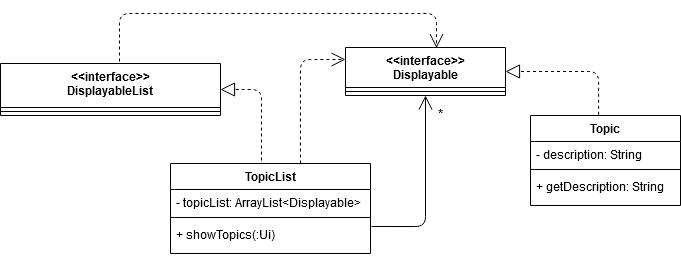
Earlier version of the draw.io export docs/images/TopicListClassDiagram.png (nus-cs2113-AY2021S1/tp). Source tidied: cells renumbered, new cells last; positions are measured from the earlier drawing's top-left corner, leaving out a move shared by most shapes.
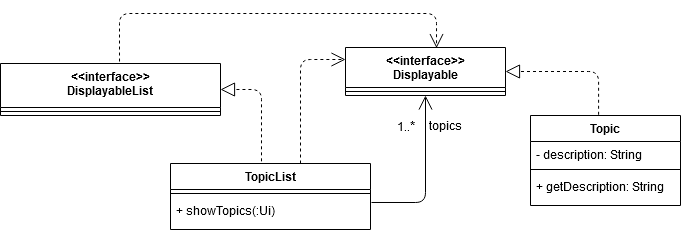
Above is the later version.

Commit message:
edited DG, made amendments to class diagrams

Change to the diagram source:
```diff
@@ -45,16 +45,13 @@
       </mxGeometry>
     </mxCell>
     <mxCell id="13" value="TopicList" style="swimlane;fontStyle=1;align=center;verticalAlign=top;horizontal=1;startSize=26;" parent="1" vertex="1">
-      <mxGeometry x="170" y="150" width="200" height="90" as="geometry" />
+      <mxGeometry x="170" y="150" width="200" height="66" as="geometry" />
     </mxCell>
-    <mxCell id="14" value="- topicList: ArrayList&lt;Displayable&gt;" style="text;strokeColor=none;fillColor=none;align=left;verticalAlign=top;spacingLeft=4;spacingRight=4;overflow=hidden;" parent="13" vertex="1">
-      <mxGeometry y="26" width="200" height="24" as="geometry" />
-    </mxCell>
     <mxCell id="15" style="line;strokeWidth=1;fillColor=none;align=left;verticalAlign=middle;spacingTop=-1;spacingLeft=3;spacingRight=3;labelPosition=right;" parent="13" vertex="1">
-      <mxGeometry y="50" width="200" height="8" as="geometry" />
+      <mxGeometry y="26" width="200" height="8" as="geometry" />
     </mxCell>
     <mxCell id="16" value="+ showTopics(:Ui)" style="text;strokeColor=none;fillColor=none;align=left;verticalAlign=top;spacingLeft=4;spacingRight=4;overflow=hidden;points=[[0,0.5],[1,0.5]];portConstraint=eastwest;" parent="13" vertex="1">
-      <mxGeometry y="58" width="200" height="32" as="geometry" />
+      <mxGeometry y="34" width="200" height="32" as="geometry" />
     </mxCell>
     <mxCell id="17" style="endArrow=open;endSize=12;dashed=1;html=1;entryX=0;entryY=0.25;entryDx=0;entryDy=0;exitX=0.65;exitY=0;exitDx=0;exitDy=0;exitPerimeter=0;edgeStyle=orthogonalEdgeStyle;" parent="1" edge="1" source="13" target="6">
       <mxGeometry relative="1" as="geometry" />
@@ -62,8 +59,11 @@
     <mxCell id="18" style="endArrow=open;endFill=1;endSize=12;html=1;exitX=1.005;exitY=0.156;exitDx=0;exitDy=0;exitPerimeter=0;entryX=0.5;entryY=1;entryDx=0;entryDy=0;edgeStyle=orthogonalEdgeStyle;" parent="1" edge="1" source="16" target="6">
       <mxGeometry relative="1" as="geometry" />
     </mxCell>
-    <mxCell id="19" value="&lt;font style=&quot;font-size: 14px&quot;&gt;*&lt;/font&gt;" style="text;html=1;align=center;verticalAlign=middle;" parent="1" vertex="1">
-      <mxGeometry x="430" y="90" width="20" height="20" as="geometry" />
+    <mxCell id="19" value="1..&lt;font style=&quot;font-size: 14px&quot;&gt;*&lt;/font&gt;" style="text;html=1;align=center;verticalAlign=middle;" parent="1" vertex="1">
+      <mxGeometry x="390" y="102" width="30" height="20" as="geometry" />
     </mxCell>
+    <mxCell id="20" value="topics" style="text;html=1;align=center;verticalAlign=middle;" parent="1" vertex="1">
+      <mxGeometry x="420" y="102" width="50" height="20" as="geometry" />
+    </mxCell>
   </root>
 </mxGraphModel>
```
